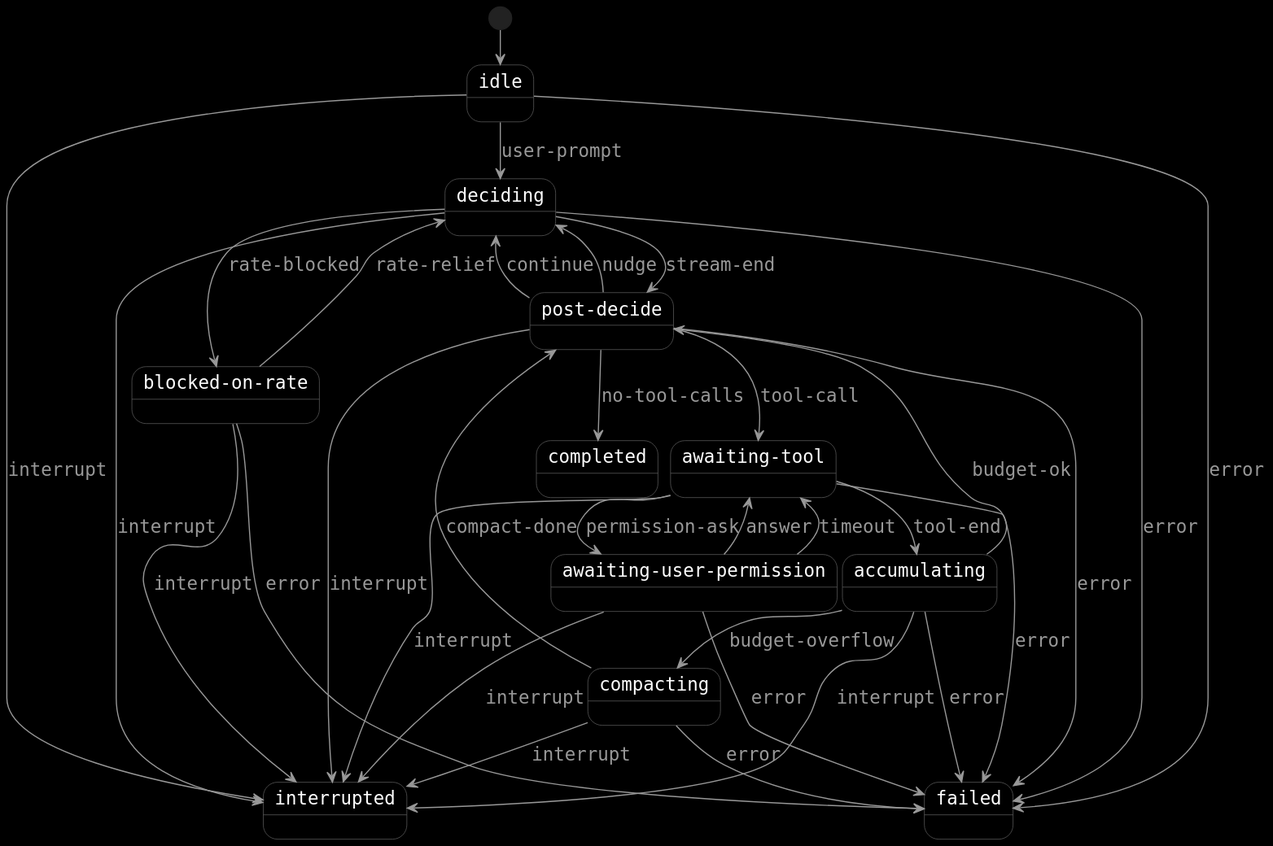
Before: site/assets/diagrams/state-machine-dark.svg, a diagram exported from PlantUML (11111000000/yeah).
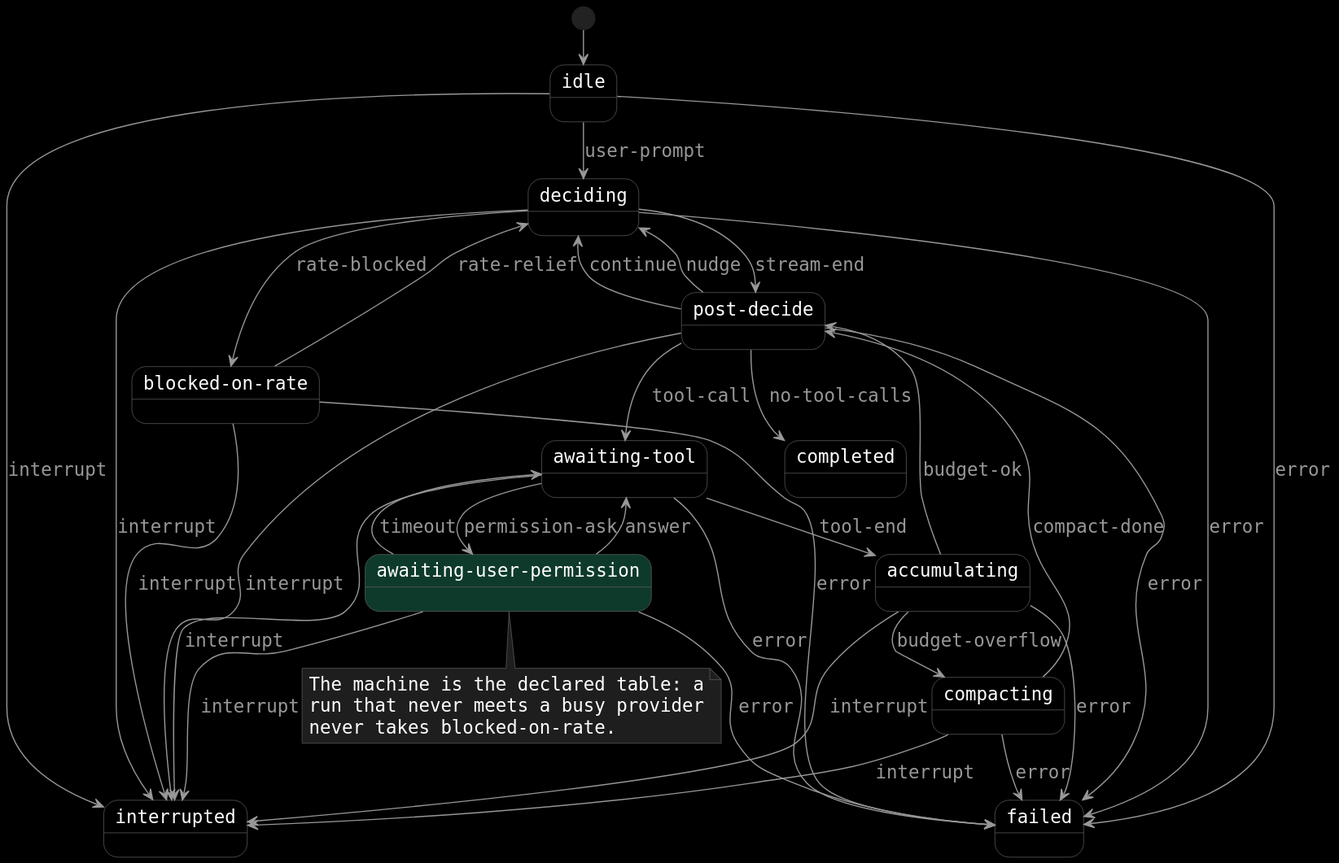
After the commit.

Diff of the diagram source:
```diff
@@ -1,4 +1,5 @@
 @startuml
+!define SUBJECT_BG #0E3A2C
 skinparam nodeStyle rectangle
 skinparam stateStyle rectangle
 skinparam componentStyle rectangle
@@ -30,7 +31,7 @@
 state deciding
 state "post-decide" as post_decide
 state "awaiting-tool" as awaiting_tool
-state "awaiting-user-permission" as awaiting_user_permission
+state "awaiting-user-permission" as awaiting_user_permission SUBJECT_BG
 state accumulating
 state compacting
 state "blocked-on-rate" as blocked_on_rate
@@ -69,4 +70,9 @@
 accumulating --> interrupted : interrupt
 compacting --> interrupted : interrupt
 blocked_on_rate --> interrupted : interrupt
+note bottom of awaiting_user_permission
+  The machine is the declared table: a
+  run that never meets a busy provider
+  never takes blocked-on-rate.
+end note
 @enduml
```
